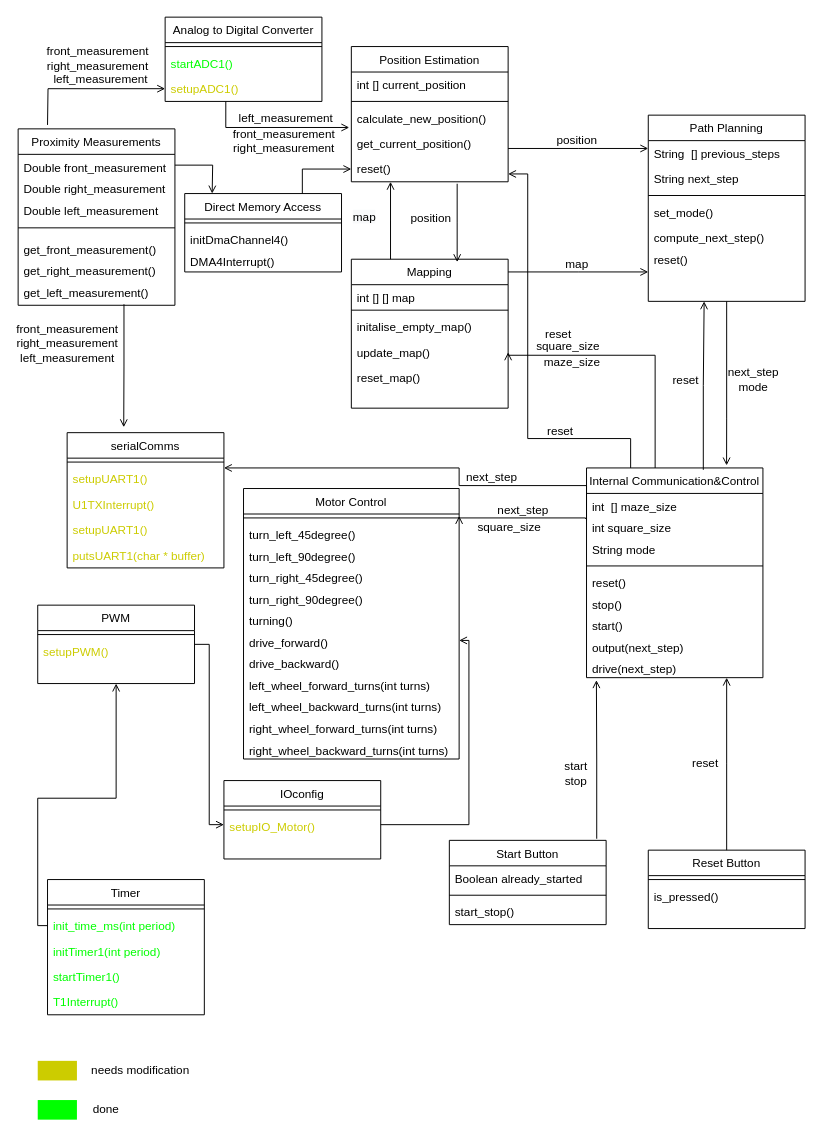
joshuawe/Micromouse keeps this draw.io diagram as documents/Codeübersicht.drawio. Above is the earlier version. Source tidied: cells renumbered, new cells numbered last; positions are measured from the earlier drawing's top-left corner, leaving out a move shared by most shapes. Both pictures are drawn from the tidied source at 98%, with x=0, y=0 at pixel (18, 17).
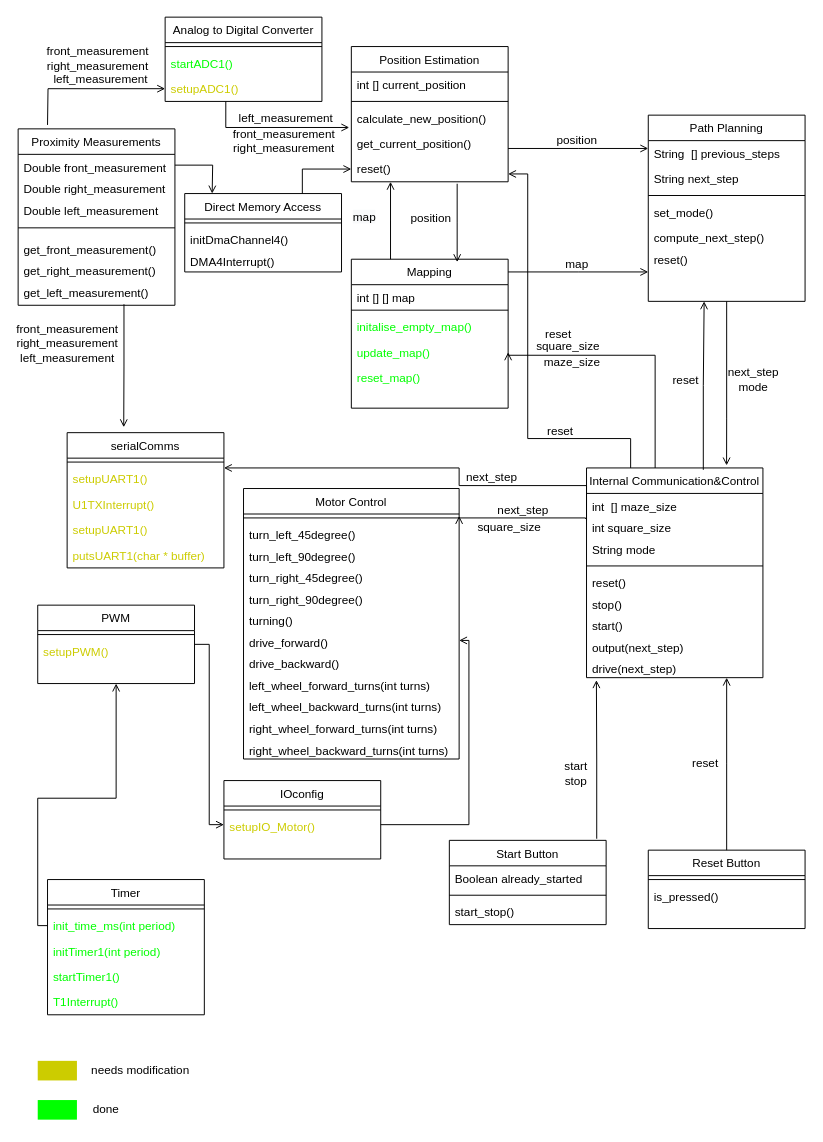
The same page after the edit.

Commit message (it also covers changes not shown here):
code structure + bestellliste updated

The change refers to these unchanged cells:
```xml
<mxCell id="36" value="Mapping" style="swimlane;fontStyle=0;align=center;verticalAlign=top;horizontal=1;startSize=26;rounded=0;shadow=0;strokeWidth=1;" parent="1" vertex="1">
  <mxGeometry x="340" y="247" width="160" height="152" as="geometry" />
</mxCell>
```

What changed in the source:
```diff
@@
-    <mxCell id="39" value="initalise_empty_map()" style="text;align=left;verticalAlign=top;spacingLeft=4;spacingRight=4;overflow=hidden;" parent="36" vertex="1">
+    <mxCell id="39" value="initalise_empty_map()" style="text;align=left;verticalAlign=top;spacingLeft=4;spacingRight=4;overflow=hidden;fontColor=#00FF00;" parent="36" vertex="1">
       <mxGeometry y="56" width="160" height="26" as="geometry" />
     </mxCell>
-    <mxCell id="40" value="update_map()" style="text;align=left;verticalAlign=top;spacingLeft=4;spacingRight=4;overflow=hidden;points=[[0,0.5],[1,0.5]];portConstraint=eastwest;" parent="36" vertex="1">
+    <mxCell id="40" value="update_map()" style="text;align=left;verticalAlign=top;spacingLeft=4;spacingRight=4;overflow=hidden;points=[[0,0.5],[1,0.5]];portConstraint=eastwest;fontColor=#00FF00;" parent="36" vertex="1">
       <mxGeometry y="82" width="160" height="26" as="geometry" />
     </mxCell>
-    <mxCell id="41" value="reset_map()" style="text;align=left;verticalAlign=top;spacingLeft=4;spacingRight=4;overflow=hidden;" parent="36" vertex="1">
+    <mxCell id="41" value="reset_map()" style="text;align=left;verticalAlign=top;spacingLeft=4;spacingRight=4;overflow=hidden;fontColor=#00FF00;" parent="36" vertex="1">
       <mxGeometry y="108" width="160" height="26" as="geometry" />
     </mxCell>
```
